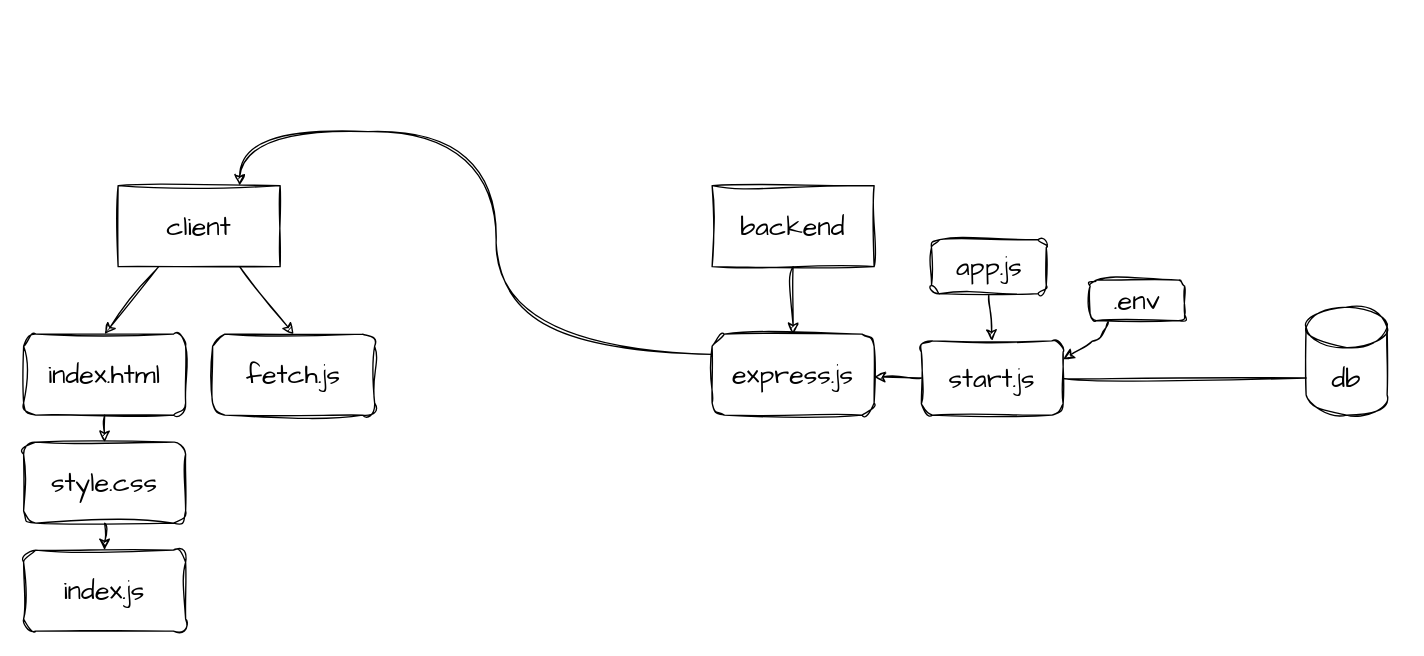
MelcherMate/Bioversee_Webapp keeps this draw.io diagram as blueprints/worktree.drawio. Above is the earlier version. Source tidied: cells renumbered, new cells numbered last; positions are measured from the earlier drawing's top-left corner, leaving out a move shared by most shapes. Both pictures are drawn from the tidied source at 135%, with x=0, y=0 at pixel (23, 131).
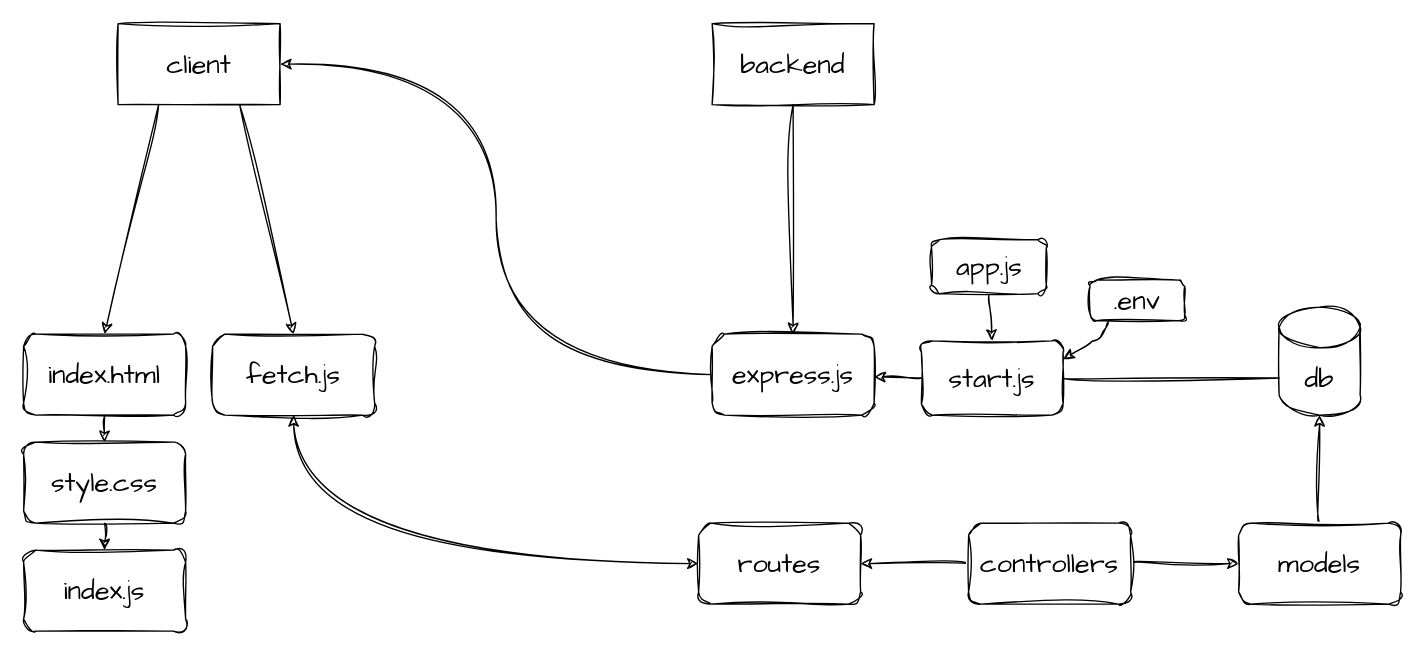
After the change.

Unchanged cells that the change refers to:
```xml
<mxCell id="12" value="fetch.js" style="rounded=1;whiteSpace=wrap;html=1;sketch=1;hachureGap=4;jiggle=2;curveFitting=1;fontFamily=Architects Daughter;fontSize=20;" parent="1" vertex="1">
  <mxGeometry x="140" y="150" width="120" height="60" as="geometry" />
</mxCell>
<mxCell id="14" value="express.js" style="rounded=1;whiteSpace=wrap;html=1;sketch=1;hachureGap=4;jiggle=2;curveFitting=1;fontFamily=Architects Daughter;fontSize=20;" parent="1" vertex="1">
  <mxGeometry x="510" y="150" width="120" height="60" as="geometry" />
</mxCell>
```

The edit, as a diff of the source:
```diff
@@
     <mxCell id="4" value="client" style="rounded=0;whiteSpace=wrap;html=1;sketch=1;hachureGap=4;jiggle=2;curveFitting=1;fontFamily=Architects Daughter;fontSize=20;" parent="1" vertex="1">
-      <mxGeometry x="70" y="40" width="120" height="60" as="geometry" />
+      <mxGeometry x="70" y="-80" width="120" height="60" as="geometry" />
     </mxCell>
@@
-    <mxCell id="6" value="backend" style="rounded=0;whiteSpace=wrap;html=1;sketch=1;hachureGap=4;jiggle=2;curveFitting=1;fontFamily=Architects Daughter;fontSize=20;" parent="1" vertex="1">
-      <mxGeometry x="510" y="40" width="120" height="60" as="geometry" />
+    <mxCell id="6" value="backend" style="rounded=0;whiteSpace=wrap;html=1;sketch=1;hachureGap=4;jiggle=2;curveFitting=1;fontFamily=Architects Daughter;fontSize=20;gradientDirection=north;" parent="1" vertex="1">
+      <mxGeometry x="510" y="-80" width="120" height="60" as="geometry" />
     </mxCell>
@@
-    <mxCell id="13" style="edgeStyle=orthogonalEdgeStyle;sketch=1;hachureGap=4;jiggle=2;curveFitting=1;html=1;exitX=0;exitY=0.25;exitDx=0;exitDy=0;entryX=0.75;entryY=0;entryDx=0;entryDy=0;fontFamily=Architects Daughter;fontSize=16;elbow=vertical;curved=1;shadow=0;" parent="1" edge="1" source="14" target="4">
-      <mxGeometry relative="1" as="geometry">
-        <Array as="points">
-          <mxPoint x="350" y="165" />
-          <mxPoint x="350" />
-          <mxPoint x="160" />
-        </Array>
-      </mxGeometry>
+    <mxCell id="13" style="edgeStyle=orthogonalEdgeStyle;sketch=1;hachureGap=4;jiggle=2;curveFitting=1;html=1;exitX=0;exitY=0.5;exitDx=0;exitDy=0;entryX=1;entryY=0.5;entryDx=0;entryDy=0;fontFamily=Architects Daughter;fontSize=16;curved=1;" parent="1" edge="1" source="14" target="4">
+      <mxGeometry relative="1" as="geometry" />
     </mxCell>
@@
     <mxCell id="21" value="db" style="shape=cylinder3;whiteSpace=wrap;html=1;boundedLbl=1;backgroundOutline=1;size=15;sketch=1;hachureGap=4;jiggle=2;curveFitting=1;fontFamily=Architects Daughter;fontSize=20;" parent="1" vertex="1">
-      <mxGeometry x="950" y="130" width="60" height="80" as="geometry" />
+      <mxGeometry x="930" y="130" width="60" height="80" as="geometry" />
     </mxCell>
@@
+    <mxCell id="23" style="edgeStyle=orthogonalEdgeStyle;curved=1;sketch=1;hachureGap=4;jiggle=2;curveFitting=1;html=1;exitX=0.5;exitY=0;exitDx=0;exitDy=0;fontFamily=Architects Daughter;fontSize=16;" parent="1" edge="1" source="24" target="21">
+      <mxGeometry relative="1" as="geometry" />
+    </mxCell>
+    <mxCell id="24" value="models" style="rounded=1;whiteSpace=wrap;html=1;sketch=1;hachureGap=4;jiggle=2;curveFitting=1;fontFamily=Architects Daughter;fontSize=20;" parent="1" vertex="1">
+      <mxGeometry x="900" y="290" width="120" height="60" as="geometry" />
+    </mxCell>
+    <mxCell id="25" style="edgeStyle=orthogonalEdgeStyle;curved=1;sketch=1;hachureGap=4;jiggle=2;curveFitting=1;html=1;exitX=1;exitY=0.5;exitDx=0;exitDy=0;entryX=0;entryY=0.5;entryDx=0;entryDy=0;fontFamily=Architects Daughter;fontSize=16;" parent="1" edge="1" source="27" target="24">
+      <mxGeometry relative="1" as="geometry" />
+    </mxCell>
+    <mxCell id="26" style="edgeStyle=orthogonalEdgeStyle;curved=1;sketch=1;hachureGap=4;jiggle=2;curveFitting=1;html=1;exitX=0;exitY=0.5;exitDx=0;exitDy=0;entryX=1;entryY=0.5;entryDx=0;entryDy=0;fontFamily=Architects Daughter;fontSize=16;" parent="1" edge="1" source="27" target="29">
+      <mxGeometry relative="1" as="geometry" />
+    </mxCell>
+    <mxCell id="27" value="controllers" style="rounded=1;whiteSpace=wrap;html=1;sketch=1;hachureGap=4;jiggle=2;curveFitting=1;fontFamily=Architects Daughter;fontSize=20;" parent="1" vertex="1">
+      <mxGeometry x="700" y="290" width="120" height="60" as="geometry" />
+    </mxCell>
+    <mxCell id="28" style="edgeStyle=orthogonalEdgeStyle;curved=1;sketch=1;hachureGap=4;jiggle=2;curveFitting=1;html=1;exitX=0;exitY=0.5;exitDx=0;exitDy=0;entryX=0.5;entryY=1;entryDx=0;entryDy=0;fontFamily=Architects Daughter;fontSize=16;startArrow=classic;startFill=1;" parent="1" edge="1" source="29" target="12">
+      <mxGeometry relative="1" as="geometry" />
+    </mxCell>
+    <mxCell id="29" value="routes" style="rounded=1;whiteSpace=wrap;html=1;sketch=1;hachureGap=4;jiggle=2;curveFitting=1;fontFamily=Architects Daughter;fontSize=20;" parent="1" vertex="1">
+      <mxGeometry x="500" y="290" width="120" height="60" as="geometry" />
+    </mxCell>
```
